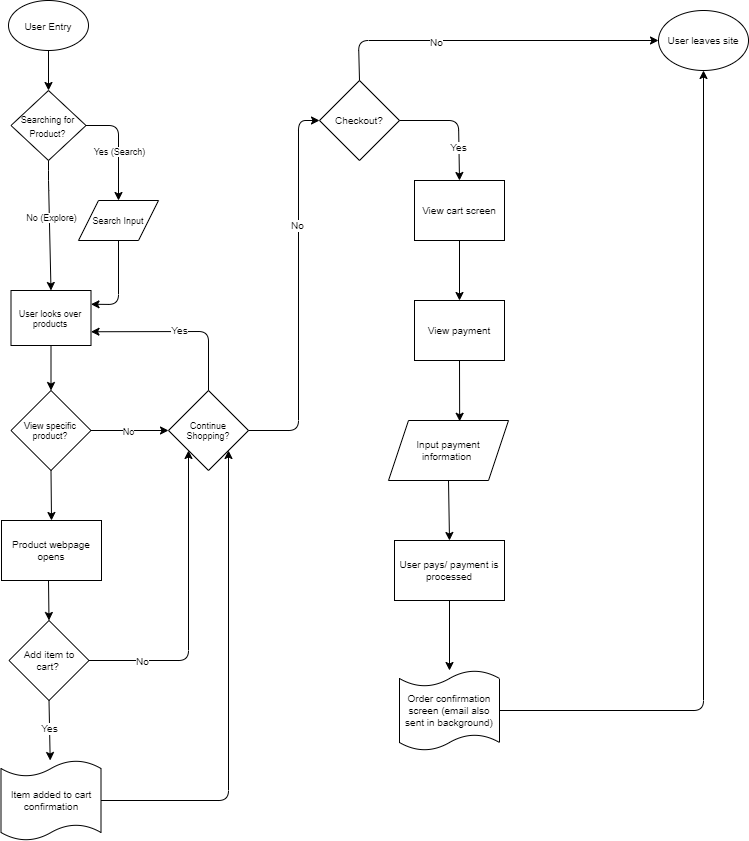
Before: explore/diagramming/diagram.drawio.png, a diagram exported from draw.io (AAP127/sp23-cse110-lab4). Source tidied: cells renumbered, new cells last; positions are measured from the earlier drawing's top-left corner, leaving out a move shared by most shapes.
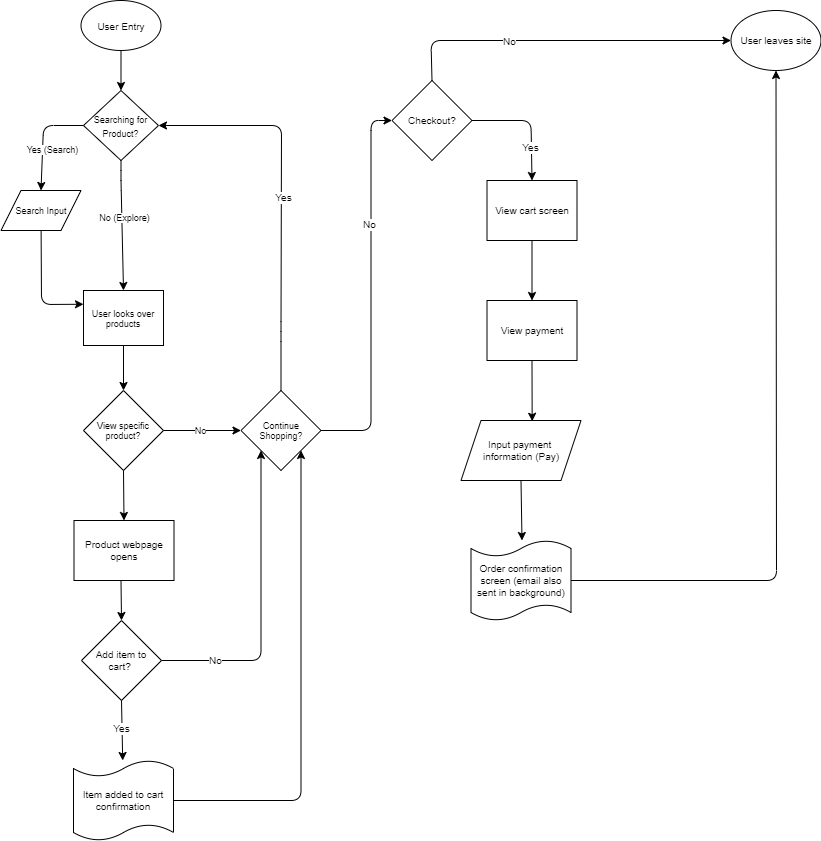
The same diagram one commit later.

What changed in the source:
```diff
@@ -13,10 +13,11 @@
     <mxCell id="4" value="&lt;font style=&quot;font-size: 9px;&quot;&gt;Searching for Product?&lt;/font&gt;" style="rhombus;whiteSpace=wrap;html=1;" parent="1" vertex="1">
       <mxGeometry x="10.5" y="90" width="75" height="70" as="geometry" />
     </mxCell>
-    <mxCell id="5" style="endArrow=classic;html=1;fontSize=9;exitX=1;exitY=0.5;exitDx=0;exitDy=0;entryX=0.5;entryY=0;entryDx=0;entryDy=0;" parent="1" edge="1" source="4" target="8">
+    <mxCell id="5" style="endArrow=classic;html=1;fontSize=9;entryX=0.5;entryY=0;entryDx=0;entryDy=0;" parent="1" edge="1" target="8">
       <mxGeometry relative="1" as="geometry">
+        <mxPoint x="10.5" y="125" as="sourcePoint" />
         <Array as="points">
-          <mxPoint x="118" y="125" />
+          <mxPoint x="-29.5" y="125" />
         </Array>
       </mxGeometry>
     </mxCell>
@@ -25,15 +26,15 @@
         <mxPoint x="1" y="25" as="offset" />
       </mxGeometry>
     </mxCell>
-    <mxCell id="7" style="edgeStyle=none;html=1;fontSize=9;entryX=1;entryY=0.25;entryDx=0;entryDy=0;" parent="1" edge="1" source="8" target="9">
+    <mxCell id="7" style="edgeStyle=none;html=1;fontSize=9;entryX=0;entryY=0.25;entryDx=0;entryDy=0;" parent="1" edge="1" source="8" target="9">
       <mxGeometry relative="1" as="geometry">
         <Array as="points">
-          <mxPoint x="118" y="304" />
+          <mxPoint x="-31.5" y="304" />
         </Array>
       </mxGeometry>
     </mxCell>
     <mxCell id="8" value="Search Input" style="shape=parallelogram;perimeter=parallelogramPerimeter;whiteSpace=wrap;html=1;fixedSize=1;fontSize=9;" parent="1" vertex="1">
-      <mxGeometry x="78" y="200" width="80" height="40" as="geometry" />
+      <mxGeometry x="-72" y="190" width="80" height="40" as="geometry" />
     </mxCell>
     <mxCell id="9" value="User looks over products" style="rounded=0;whiteSpace=wrap;html=1;fontSize=9;" parent="1" vertex="1">
       <mxGeometry x="10.5" y="290" width="80" height="55" as="geometry" />
@@ -106,10 +107,11 @@
         </Array>
       </mxGeometry>
     </mxCell>
-    <mxCell id="26" style="endArrow=classic;html=1;fontSize=10;exitX=0.5;exitY=0;exitDx=0;exitDy=0;entryX=1;entryY=0.75;entryDx=0;entryDy=0;" parent="1" edge="1" source="14" target="9">
+    <mxCell id="26" style="endArrow=classic;html=1;fontSize=10;exitX=0.5;exitY=0;exitDx=0;exitDy=0;entryX=1;entryY=0.5;entryDx=0;entryDy=0;" parent="1" edge="1" source="14" target="4">
       <mxGeometry relative="1" as="geometry">
         <Array as="points">
           <mxPoint x="208" y="331" />
+          <mxPoint x="208.5" y="125" />
         </Array>
       </mxGeometry>
     </mxCell>
@@ -170,25 +172,21 @@
     <mxCell id="40" style="endArrow=classic;html=1;fontSize=10;exitX=0.5;exitY=1;exitDx=0;exitDy=0;entryX=0.5;entryY=0;entryDx=0;entryDy=0;" parent="1" edge="1" source="35" target="39">
       <mxGeometry relative="1" as="geometry" />
     </mxCell>
-    <mxCell id="41" style="edgeStyle=none;html=1;exitX=0.5;exitY=1;exitDx=0;exitDy=0;entryX=0.5;entryY=0;entryDx=0;entryDy=0;fontSize=10;" parent="1" edge="1" source="42" target="43">
-      <mxGeometry relative="1" as="geometry" />
+    <mxCell id="41" style="edgeStyle=none;html=1;exitX=0.5;exitY=1;exitDx=0;exitDy=0;entryX=0.5;entryY=0;entryDx=0;entryDy=0;fontSize=10;" parent="1" edge="1" source="42">
+      <mxGeometry relative="1" as="geometry">
+        <mxPoint x="449" y="540" as="targetPoint" />
+      </mxGeometry>
     </mxCell>
-    <mxCell id="42" value="Input payment information&amp;nbsp;" style="shape=parallelogram;perimeter=parallelogramPerimeter;whiteSpace=wrap;html=1;fixedSize=1;fontSize=10;" parent="1" vertex="1">
+    <mxCell id="42" value="Input payment &lt;br&gt;information (Pay)" style="shape=parallelogram;perimeter=parallelogramPerimeter;whiteSpace=wrap;html=1;fixedSize=1;fontSize=10;" parent="1" vertex="1">
       <mxGeometry x="388" y="420" width="120" height="60" as="geometry" />
     </mxCell>
-    <mxCell id="43" value="User pays/ payment is processed" style="rounded=0;whiteSpace=wrap;html=1;fontSize=10;" parent="1" vertex="1">
-      <mxGeometry x="394" y="540" width="110" height="60" as="geometry" />
-    </mxCell>
     <mxCell id="44" value="Order confirmation screen (email also sent in background)" style="shape=tape;whiteSpace=wrap;html=1;fontSize=10;size=0.2;" parent="1" vertex="1">
-      <mxGeometry x="399" y="670" width="100" height="80" as="geometry" />
+      <mxGeometry x="398" y="540" width="100" height="80" as="geometry" />
     </mxCell>
-    <mxCell id="45" style="endArrow=classic;html=1;fontSize=10;exitX=0.5;exitY=1;exitDx=0;exitDy=0;" parent="1" edge="1" source="43" target="44">
-      <mxGeometry relative="1" as="geometry" />
-    </mxCell>
     <mxCell id="46" style="endArrow=classic;html=1;fontSize=10;exitX=1;exitY=0.5;exitDx=0;exitDy=0;exitPerimeter=0;entryX=0.5;entryY=1;entryDx=0;entryDy=0;" parent="1" edge="1" source="44" target="31">
       <mxGeometry relative="1" as="geometry">
         <Array as="points">
-          <mxPoint x="703" y="710" />
+          <mxPoint x="703.5" y="580" />
         </Array>
       </mxGeometry>
     </mxCell>
```
